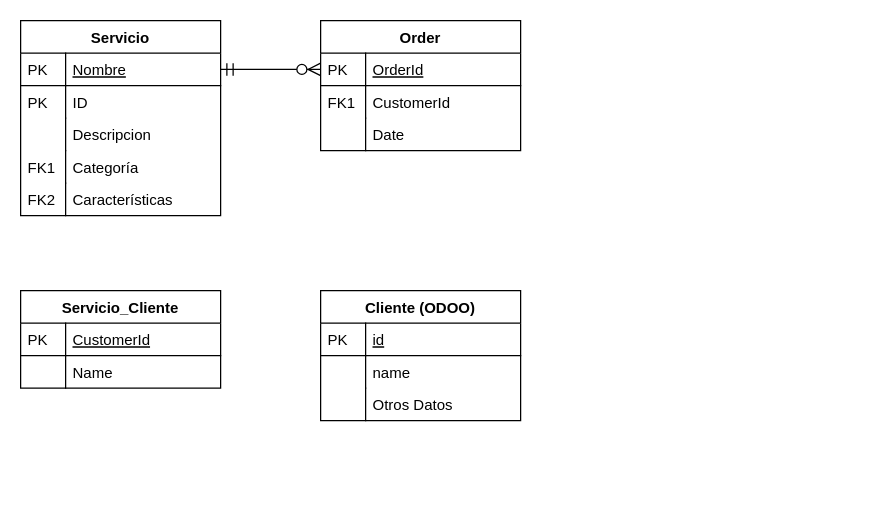
Before: ComponentesServicio.drawio in sslavik/sgemp, a draw.io diagram. Source tidied: cells renumbered, new cells numbered last; positions are measured from the earlier drawing's top-left corner, leaving out a move shared by most shapes. Both pictures are drawn from the tidied source at 125%, with x=0, y=0 at pixel (20, 20).
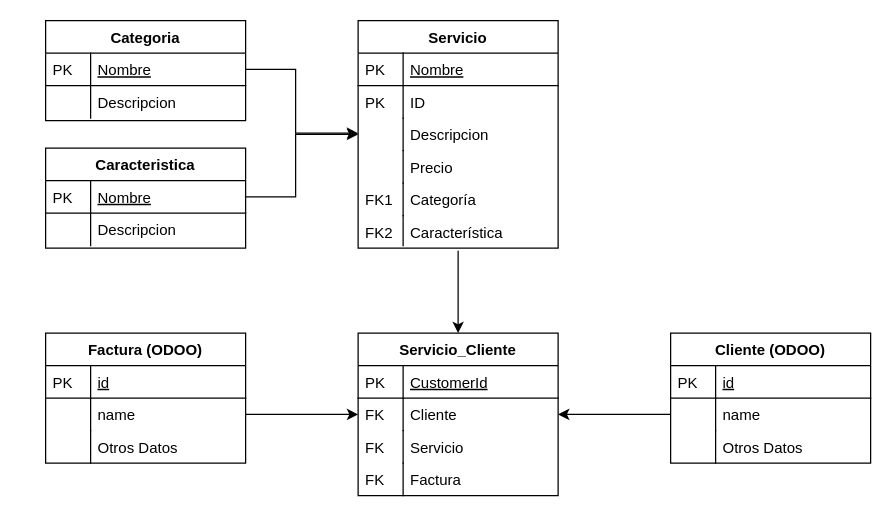
The same page after the edit.

Commit message (it also covers changes not shown here):
ComponentesServicioModuloOdoo Actualizado

Unchanged cells that the change refers to:
```xml
<mxCell id="3" value="Nombre" style="shape=partialRectangle;top=0;left=0;right=0;bottom=1;align=left;verticalAlign=top;fillColor=none;spacingLeft=40;spacingRight=4;overflow=hidden;points=[[0,0.5],[1,0.5]];portConstraint=eastwest;rounded=0;shadow=0;strokeWidth=1;fontStyle=4;" parent="2" vertex="1">
  <mxGeometry y="26" width="160" height="26" as="geometry" />
</mxCell>
<mxCell id="7" value="Descripcion" style="shape=partialRectangle;top=0;left=0;right=0;bottom=0;align=left;verticalAlign=top;fillColor=none;spacingLeft=40;spacingRight=4;overflow=hidden;points=[[0,0.5],[1,0.5]];portConstraint=eastwest;rounded=0;shadow=0;strokeWidth=1;" parent="2" vertex="1">
  <mxGeometry y="78" width="160" height="26" as="geometry" />
</mxCell>
<mxCell id="24" value="name" style="shape=partialRectangle;top=0;left=0;right=0;bottom=0;align=left;verticalAlign=top;fillColor=none;spacingLeft=40;spacingRight=4;overflow=hidden;points=[[0,0.5],[1,0.5]];portConstraint=eastwest;rounded=0;shadow=0;strokeWidth=1;" parent="21" vertex="1">
  <mxGeometry y="52" width="160" height="26" as="geometry" />
</mxCell>
```

Diff of the diagram source:
```diff
@@
     <mxCell id="2" value="Servicio" style="swimlane;fontStyle=1;horizontal=1;startSize=26;rounded=0;shadow=0;strokeWidth=1;" parent="1" vertex="1">
-      <mxGeometry width="160" height="156" as="geometry" />
+      <mxGeometry x="270" width="160" height="182" as="geometry" />
     </mxCell>
@@
+    <mxCell id="33" value="Precio" style="shape=partialRectangle;top=0;left=0;right=0;bottom=0;align=left;verticalAlign=top;fillColor=none;spacingLeft=40;spacingRight=4;overflow=hidden;rounded=0;shadow=0;strokeWidth=1;" parent="2" vertex="1">
+      <mxGeometry y="104" width="160" height="26" as="geometry" />
+    </mxCell>
+    <mxCell id="34" style="shape=partialRectangle;top=0;left=0;bottom=0;fillColor=none;align=left;verticalAlign=top;spacingLeft=4;spacingRight=4;overflow=hidden;" parent="33" vertex="1">
+      <mxGeometry width="36" height="26" as="geometry" />
+    </mxCell>
     <mxCell id="9" value="Categoría" style="shape=partialRectangle;top=0;left=0;right=0;bottom=0;align=left;verticalAlign=top;fillColor=none;spacingLeft=40;spacingRight=4;overflow=hidden;rounded=0;shadow=0;strokeWidth=1;" parent="2" vertex="1">
-      <mxGeometry y="104" width="160" height="26" as="geometry" />
+      <mxGeometry y="130" width="160" height="26" as="geometry" />
     </mxCell>
@@
-    <mxCell id="11" value="Características" style="shape=partialRectangle;top=0;left=0;right=0;bottom=0;align=left;verticalAlign=top;fillColor=none;spacingLeft=40;spacingRight=4;overflow=hidden;rounded=0;shadow=0;strokeWidth=1;" parent="2" vertex="1">
-      <mxGeometry y="130" width="160" height="26" as="geometry" />
+    <mxCell id="11" value="Característica" style="shape=partialRectangle;top=0;left=0;right=0;bottom=0;align=left;verticalAlign=top;fillColor=none;spacingLeft=40;spacingRight=4;overflow=hidden;rounded=0;shadow=0;strokeWidth=1;" parent="2" vertex="1">
+      <mxGeometry y="156" width="160" height="24" as="geometry" />
     </mxCell>
     <mxCell id="12" value="FK2" style="shape=partialRectangle;top=0;left=0;bottom=0;fillColor=none;align=left;verticalAlign=top;spacingLeft=4;spacingRight=4;overflow=hidden;" parent="11" vertex="1">
-      <mxGeometry width="36" height="26" as="geometry" />
+      <mxGeometry width="36" height="24" as="geometry" />
     </mxCell>
-    <mxCell id="13" value="Order" style="swimlane;fontStyle=1;horizontal=1;startSize=26;rounded=0;shadow=0;strokeWidth=1;" parent="1" vertex="1">
-      <mxGeometry x="240" width="160" height="104" as="geometry" />
+    <mxCell id="13" value="Categoria" style="swimlane;fontStyle=1;horizontal=1;startSize=26;rounded=0;shadow=0;strokeWidth=1;" parent="1" vertex="1">
+      <mxGeometry x="20" width="160" height="80" as="geometry" />
     </mxCell>
-    <mxCell id="14" value="OrderId" style="shape=partialRectangle;top=0;left=0;right=0;bottom=1;align=left;verticalAlign=top;fillColor=none;spacingLeft=40;spacingRight=4;overflow=hidden;points=[[0,0.5],[1,0.5]];portConstraint=eastwest;rounded=0;shadow=0;strokeWidth=1;fontStyle=4;" parent="13" vertex="1">
+    <mxCell id="14" value="Nombre" style="shape=partialRectangle;top=0;left=0;right=0;bottom=1;align=left;verticalAlign=top;fillColor=none;spacingLeft=40;spacingRight=4;overflow=hidden;points=[[0,0.5],[1,0.5]];portConstraint=eastwest;rounded=0;shadow=0;strokeWidth=1;fontStyle=4;" parent="13" vertex="1">
       <mxGeometry y="26" width="160" height="26" as="geometry" />
     </mxCell>
@@
-    <mxCell id="16" value="CustomerId" style="shape=partialRectangle;top=0;left=0;right=0;bottom=0;align=left;verticalAlign=top;fillColor=none;spacingLeft=40;spacingRight=4;overflow=hidden;rounded=0;shadow=0;strokeWidth=1;" parent="13" vertex="1">
+    <mxCell id="16" value="Descripcion" style="shape=partialRectangle;top=0;left=0;right=0;bottom=0;align=left;verticalAlign=top;fillColor=none;spacingLeft=40;spacingRight=4;overflow=hidden;rounded=0;shadow=0;strokeWidth=1;" parent="13" vertex="1">
       <mxGeometry y="52" width="160" height="26" as="geometry" />
     </mxCell>
-    <mxCell id="17" value="FK1" style="shape=partialRectangle;top=0;left=0;bottom=0;fillColor=none;align=left;verticalAlign=top;spacingLeft=4;spacingRight=4;overflow=hidden;" parent="16" vertex="1">
+    <mxCell id="17" style="shape=partialRectangle;top=0;left=0;bottom=0;fillColor=none;align=left;verticalAlign=top;spacingLeft=4;spacingRight=4;overflow=hidden;" parent="16" vertex="1">
       <mxGeometry width="36" height="26" as="geometry" />
     </mxCell>
-    <mxCell id="18" value="Date" style="shape=partialRectangle;top=0;left=0;right=0;bottom=0;align=left;verticalAlign=top;fillColor=none;spacingLeft=40;spacingRight=4;overflow=hidden;rounded=0;shadow=0;strokeWidth=1;" parent="13" vertex="1">
-      <mxGeometry y="78" width="160" height="26" as="geometry" />
-    </mxCell>
-    <mxCell id="19" style="shape=partialRectangle;top=0;left=0;bottom=0;fillColor=none;align=left;verticalAlign=top;spacingLeft=4;spacingRight=4;overflow=hidden;" parent="18" vertex="1">
-      <mxGeometry width="36" height="26" as="geometry" />
-    </mxCell>
-    <mxCell id="20" style="edgeStyle=orthogonalEdgeStyle;endArrow=ERzeroToMany;startArrow=ERmandOne;shadow=0;strokeWidth=1;endSize=8;startSize=8;" parent="1" edge="1" source="3" target="14">
-      <mxGeometry relative="1" as="geometry" />
-    </mxCell>
     <mxCell id="21" value="Cliente (ODOO)" style="swimlane;fontStyle=1;horizontal=1;startSize=26;rounded=0;shadow=0;strokeWidth=1;" parent="1" vertex="1">
-      <mxGeometry x="240" y="216" width="160" height="104" as="geometry" />
+      <mxGeometry x="520" y="250" width="160" height="104" as="geometry" />
     </mxCell>
@@
     <mxCell id="28" value="Servicio_Cliente" style="swimlane;fontStyle=1;horizontal=1;startSize=26;rounded=0;shadow=0;strokeWidth=1;" parent="1" vertex="1">
-      <mxGeometry y="216" width="160" height="78" as="geometry" />
+      <mxGeometry x="270" y="250" width="160" height="130" as="geometry" />
     </mxCell>
@@
-    <mxCell id="31" value="Name" style="shape=partialRectangle;top=0;left=0;right=0;bottom=0;align=left;verticalAlign=top;fillColor=none;spacingLeft=40;spacingRight=4;overflow=hidden;points=[[0,0.5],[1,0.5]];portConstraint=eastwest;rounded=0;shadow=0;strokeWidth=1;" parent="28" vertex="1">
+    <mxCell id="31" value="Cliente&#10;" style="shape=partialRectangle;top=0;left=0;right=0;bottom=0;align=left;verticalAlign=top;fillColor=none;spacingLeft=40;spacingRight=4;overflow=hidden;points=[[0,0.5],[1,0.5]];portConstraint=eastwest;rounded=0;shadow=0;strokeWidth=1;" parent="28" vertex="1">
       <mxGeometry y="52" width="160" height="26" as="geometry" />
     </mxCell>
-    <mxCell id="32" style="shape=partialRectangle;top=0;left=0;bottom=0;fillColor=none;align=left;verticalAlign=top;spacingLeft=4;spacingRight=4;overflow=hidden;" parent="31" vertex="1">
+    <mxCell id="32" value="FK" style="shape=partialRectangle;top=0;left=0;bottom=0;fillColor=none;align=left;verticalAlign=top;spacingLeft=4;spacingRight=4;overflow=hidden;" parent="31" vertex="1">
       <mxGeometry width="36" height="26" as="geometry" />
     </mxCell>
+    <mxCell id="35" value="Servicio" style="shape=partialRectangle;top=0;left=0;right=0;bottom=0;align=left;verticalAlign=top;fillColor=none;spacingLeft=40;spacingRight=4;overflow=hidden;rounded=0;shadow=0;strokeWidth=1;" parent="28" vertex="1">
+      <mxGeometry y="78" width="160" height="26" as="geometry" />
+    </mxCell>
+    <mxCell id="36" value="FK" style="shape=partialRectangle;top=0;left=0;bottom=0;fillColor=none;align=left;verticalAlign=top;spacingLeft=4;spacingRight=4;overflow=hidden;" parent="35" vertex="1">
+      <mxGeometry width="36" height="26" as="geometry" />
+    </mxCell>
+    <mxCell id="37" value="Factura" style="shape=partialRectangle;top=0;left=0;right=0;bottom=0;align=left;verticalAlign=top;fillColor=none;spacingLeft=40;spacingRight=4;overflow=hidden;rounded=0;shadow=0;strokeWidth=1;" parent="28" vertex="1">
+      <mxGeometry y="104" width="160" height="26" as="geometry" />
+    </mxCell>
+    <mxCell id="38" value="FK" style="shape=partialRectangle;top=0;left=0;bottom=0;fillColor=none;align=left;verticalAlign=top;spacingLeft=4;spacingRight=4;overflow=hidden;" parent="37" vertex="1">
+      <mxGeometry width="36" height="26" as="geometry" />
+    </mxCell>
+    <mxCell id="39" value="Factura (ODOO)" style="swimlane;fontStyle=1;horizontal=1;startSize=26;rounded=0;shadow=0;strokeWidth=1;" parent="1" vertex="1">
+      <mxGeometry x="20" y="250" width="160" height="104" as="geometry" />
+    </mxCell>
+    <mxCell id="40" value="id" style="shape=partialRectangle;top=0;left=0;right=0;bottom=1;align=left;verticalAlign=top;fillColor=none;spacingLeft=40;spacingRight=4;overflow=hidden;rounded=0;shadow=0;strokeWidth=1;fontStyle=4;" parent="39" vertex="1">
+      <mxGeometry y="26" width="160" height="26" as="geometry" />
+    </mxCell>
+    <mxCell id="41" value="PK" style="shape=partialRectangle;top=0;left=0;bottom=0;fillColor=none;align=left;verticalAlign=top;spacingLeft=4;spacingRight=4;overflow=hidden;" parent="40" vertex="1">
+      <mxGeometry width="36" height="26" as="geometry" />
+    </mxCell>
+    <mxCell id="42" value="name" style="shape=partialRectangle;top=0;left=0;right=0;bottom=0;align=left;verticalAlign=top;fillColor=none;spacingLeft=40;spacingRight=4;overflow=hidden;points=[[0,0.5],[1,0.5]];portConstraint=eastwest;rounded=0;shadow=0;strokeWidth=1;" parent="39" vertex="1">
+      <mxGeometry y="52" width="160" height="26" as="geometry" />
+    </mxCell>
+    <mxCell id="43" style="shape=partialRectangle;top=0;left=0;bottom=0;fillColor=none;align=left;verticalAlign=top;spacingLeft=4;spacingRight=4;overflow=hidden;" parent="42" vertex="1">
+      <mxGeometry width="36" height="26" as="geometry" />
+    </mxCell>
+    <mxCell id="44" value="Otros Datos" style="shape=partialRectangle;top=0;left=0;right=0;bottom=0;align=left;verticalAlign=top;fillColor=none;spacingLeft=40;spacingRight=4;overflow=hidden;rounded=0;shadow=0;strokeWidth=1;" parent="39" vertex="1">
+      <mxGeometry y="78" width="160" height="26" as="geometry" />
+    </mxCell>
+    <mxCell id="45" style="shape=partialRectangle;top=0;left=0;bottom=0;fillColor=none;align=left;verticalAlign=top;spacingLeft=4;spacingRight=4;overflow=hidden;" parent="44" vertex="1">
+      <mxGeometry width="36" height="26" as="geometry" />
+    </mxCell>
+    <mxCell id="46" value="Caracteristica" style="swimlane;fontStyle=1;horizontal=1;startSize=26;rounded=0;shadow=0;strokeWidth=1;" parent="1" vertex="1">
+      <mxGeometry x="20" y="102" width="160" height="80" as="geometry" />
+    </mxCell>
+    <mxCell id="47" value="Nombre" style="shape=partialRectangle;top=0;left=0;right=0;bottom=1;align=left;verticalAlign=top;fillColor=none;spacingLeft=40;spacingRight=4;overflow=hidden;points=[[0,0.5],[1,0.5]];portConstraint=eastwest;rounded=0;shadow=0;strokeWidth=1;fontStyle=4;" parent="46" vertex="1">
+      <mxGeometry y="26" width="160" height="26" as="geometry" />
+    </mxCell>
+    <mxCell id="48" value="PK" style="shape=partialRectangle;top=0;left=0;bottom=0;fillColor=none;align=left;verticalAlign=top;spacingLeft=4;spacingRight=4;overflow=hidden;" parent="47" vertex="1">
+      <mxGeometry width="36" height="26" as="geometry" />
+    </mxCell>
+    <mxCell id="49" value="Descripcion" style="shape=partialRectangle;top=0;left=0;right=0;bottom=0;align=left;verticalAlign=top;fillColor=none;spacingLeft=40;spacingRight=4;overflow=hidden;rounded=0;shadow=0;strokeWidth=1;" parent="46" vertex="1">
+      <mxGeometry y="52" width="160" height="26" as="geometry" />
+    </mxCell>
+    <mxCell id="50" style="shape=partialRectangle;top=0;left=0;bottom=0;fillColor=none;align=left;verticalAlign=top;spacingLeft=4;spacingRight=4;overflow=hidden;" parent="49" vertex="1">
+      <mxGeometry width="36" height="26" as="geometry" />
+    </mxCell>
+    <mxCell id="51" style="edgeStyle=orthogonalEdgeStyle;rounded=0;jettySize=auto;html=1;exitX=1;exitY=0.5;exitDx=0;exitDy=0;entryX=0;entryY=0.5;entryDx=0;entryDy=0;" parent="1" edge="1" source="47" target="7">
+      <mxGeometry relative="1" as="geometry">
+        <Array as="points">
+          <mxPoint x="220" y="141" />
+          <mxPoint x="220" y="91" />
+        </Array>
+      </mxGeometry>
+    </mxCell>
+    <mxCell id="52" style="edgeStyle=orthogonalEdgeStyle;rounded=0;jettySize=auto;html=1;exitX=1;exitY=0.5;exitDx=0;exitDy=0;" parent="1" edge="1" source="14">
+      <mxGeometry relative="1" as="geometry">
+        <mxPoint x="270" y="90" as="targetPoint" />
+        <Array as="points">
+          <mxPoint x="220" y="39" />
+          <mxPoint x="220" y="90" />
+        </Array>
+      </mxGeometry>
+    </mxCell>
+    <mxCell id="53" style="edgeStyle=orthogonalEdgeStyle;rounded=0;jettySize=auto;html=1;exitX=1;exitY=0.5;exitDx=0;exitDy=0;entryX=0;entryY=0.5;entryDx=0;entryDy=0;" parent="1" edge="1" source="42" target="31">
+      <mxGeometry relative="1" as="geometry" />
+    </mxCell>
+    <mxCell id="54" style="edgeStyle=orthogonalEdgeStyle;rounded=0;jettySize=auto;html=1;exitX=0;exitY=0.5;exitDx=0;exitDy=0;entryX=1;entryY=0.5;entryDx=0;entryDy=0;" parent="1" edge="1" source="24" target="31">
+      <mxGeometry relative="1" as="geometry" />
+    </mxCell>
+    <mxCell id="55" style="edgeStyle=orthogonalEdgeStyle;rounded=0;jettySize=auto;html=1;" parent="1" edge="1" target="28">
+      <mxGeometry relative="1" as="geometry">
+        <mxPoint x="350" y="184" as="sourcePoint" />
+        <Array as="points">
+          <mxPoint x="350" y="210" />
+          <mxPoint x="350" y="210" />
+        </Array>
+      </mxGeometry>
+    </mxCell>
```
